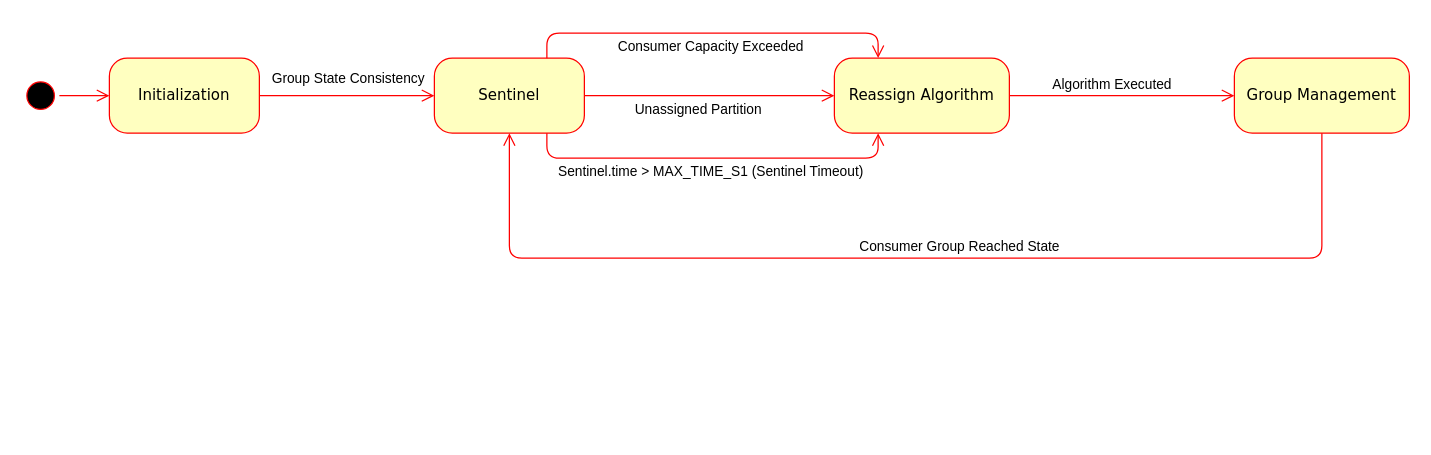
landaudiogo/thesis_data keeps this draw.io diagram as Architecture Diagram/state_machine.drawio. Above is the earlier version. Source tidied: cells renumbered, new cells numbered last; positions are measured from the earlier drawing's top-left corner, leaving out a move shared by most shapes. Both pictures are drawn from the tidied source at 125%, with x=0, y=0 at pixel (21, 32).
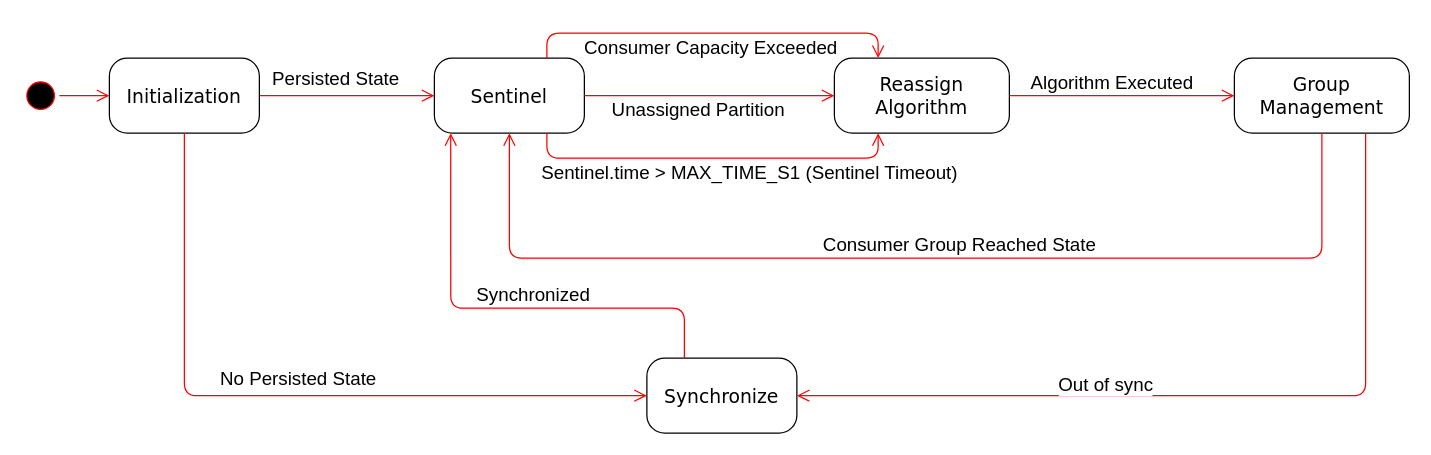
The same diagram, later.

The change refers to these unchanged cells:
```xml
<mxCell id="4" style="edgeStyle=orthogonalEdgeStyle;html=1;labelBackgroundColor=none;endArrow=open;endSize=8;strokeColor=#ff0000;fontFamily=Verdana;fontSize=12;align=left;exitX=1;exitY=0.5;exitDx=0;exitDy=0;" parent="1" edge="1" source="18" target="3">
  <mxGeometry relative="1" as="geometry" />
</mxCell>
<mxCell id="8" style="edgeStyle=orthogonalEdgeStyle;html=1;labelBackgroundColor=none;endArrow=open;endSize=8;strokeColor=#ff0000;fontFamily=Verdana;fontSize=12;align=left;exitX=1;exitY=0.5;exitDx=0;exitDy=0;entryX=0;entryY=0.5;entryDx=0;entryDy=0;" parent="1" edge="1" source="3" target="6">
  <mxGeometry relative="1" as="geometry" />
</mxCell>
<mxCell id="10" style="edgeStyle=orthogonalEdgeStyle;html=1;labelBackgroundColor=none;endArrow=open;endSize=8;strokeColor=#ff0000;fontFamily=Verdana;fontSize=12;align=left;exitX=0.75;exitY=1;exitDx=0;exitDy=0;entryX=0.25;entryY=1;entryDx=0;entryDy=0;" parent="1" edge="1" source="3" target="6">
  <mxGeometry relative="1" as="geometry">
    <Array as="points">
      <mxPoint x="420" y="100" />
      <mxPoint x="685" y="100" />
    </Array>
  </mxGeometry>
</mxCell>
<mxCell id="12" style="edgeStyle=orthogonalEdgeStyle;html=1;labelBackgroundColor=none;endArrow=open;endSize=8;strokeColor=#ff0000;fontFamily=Verdana;fontSize=12;align=left;exitX=0.75;exitY=0;exitDx=0;exitDy=0;entryX=0.25;entryY=0;entryDx=0;entryDy=0;" parent="1" edge="1" source="3" target="6">
  <mxGeometry relative="1" as="geometry">
    <Array as="points">
      <mxPoint x="420" />
      <mxPoint x="685" />
    </Array>
  </mxGeometry>
</mxCell>
<mxCell id="14" style="edgeStyle=orthogonalEdgeStyle;html=1;labelBackgroundColor=none;endArrow=open;endSize=8;strokeColor=#ff0000;fontFamily=Verdana;fontSize=12;align=left;exitX=1;exitY=0.5;exitDx=0;exitDy=0;entryX=0;entryY=0.5;entryDx=0;entryDy=0;" parent="1" edge="1" source="6" target="7">
  <mxGeometry relative="1" as="geometry" />
</mxCell>
<mxCell id="16" style="edgeStyle=orthogonalEdgeStyle;html=1;labelBackgroundColor=none;endArrow=open;endSize=8;strokeColor=#ff0000;fontFamily=Verdana;fontSize=12;align=left;exitX=0.5;exitY=1;exitDx=0;exitDy=0;entryX=0.5;entryY=1;entryDx=0;entryDy=0;" parent="1" edge="1" source="7" target="3">
  <mxGeometry relative="1" as="geometry">
    <Array as="points">
      <mxPoint x="1040" y="180" />
      <mxPoint x="390" y="180" />
    </Array>
  </mxGeometry>
</mxCell>
```

Change to the diagram source:
```diff
@@
-    <mxCell id="3" value="Sentinel" style="rounded=1;whiteSpace=wrap;html=1;arcSize=24;fillColor=#ffffc0;strokeColor=#ff0000;shadow=0;comic=0;labelBackgroundColor=none;fontFamily=Verdana;fontSize=12;fontColor=#000000;align=center;" parent="1" vertex="1">
+    <mxCell id="3" value="Sentinel" style="rounded=1;whiteSpace=wrap;html=1;arcSize=24;shadow=0;comic=0;labelBackgroundColor=none;fontFamily=Verdana;fontSize=15;align=center;fillColor=#FFFFFF;" parent="1" vertex="1">
       <mxGeometry x="330" y="20" width="120" height="60" as="geometry" />
     </mxCell>
@@
-    <mxCell id="5" value="Group State Consistency" style="edgeLabel;html=1;align=center;verticalAlign=middle;" parent="4" vertex="1">
+    <mxCell id="5" value="Persisted State" style="edgeLabel;html=1;align=center;verticalAlign=middle;fontSize=15;" parent="4" vertex="1">
       <mxGeometry x="-0.15" relative="1" as="geometry">
-        <mxPoint x="10" y="-15" as="offset" />
+        <mxPoint y="-15" as="offset" />
       </mxGeometry>
     </mxCell>
-    <mxCell id="6" value="Reassign Algorithm" style="rounded=1;whiteSpace=wrap;html=1;arcSize=24;fillColor=#ffffc0;strokeColor=#ff0000;shadow=0;comic=0;labelBackgroundColor=none;fontFamily=Verdana;fontSize=12;fontColor=#000000;align=center;" parent="1" vertex="1">
+    <mxCell id="6" value="Reassign Algorithm" style="rounded=1;whiteSpace=wrap;html=1;arcSize=24;shadow=0;comic=0;labelBackgroundColor=none;fontFamily=Verdana;fontSize=15;align=center;fillColor=#FFFFFF;" parent="1" vertex="1">
       <mxGeometry x="650" y="20" width="140" height="60" as="geometry" />
     </mxCell>
-    <mxCell id="7" value="Group Management" style="rounded=1;whiteSpace=wrap;html=1;arcSize=24;fillColor=#ffffc0;strokeColor=#ff0000;shadow=0;comic=0;labelBackgroundColor=none;fontFamily=Verdana;fontSize=12;fontColor=#000000;align=center;" parent="1" vertex="1">
+    <mxCell id="7" value="Group Management" style="rounded=1;whiteSpace=wrap;html=1;arcSize=24;shadow=0;comic=0;labelBackgroundColor=none;fontFamily=Verdana;fontSize=15;align=center;fillColor=#FFFFFF;" parent="1" vertex="1">
       <mxGeometry x="970" y="20" width="140" height="60" as="geometry" />
     </mxCell>
@@
-    <mxCell id="9" value="Unassigned Partition" style="edgeLabel;html=1;align=center;verticalAlign=middle;" parent="8" vertex="1">
+    <mxCell id="9" value="Unassigned Partition" style="edgeLabel;html=1;align=center;verticalAlign=middle;fontSize=15;" parent="8" vertex="1">
       <mxGeometry x="-0.13" y="1" relative="1" as="geometry">
         <mxPoint x="3" y="11" as="offset" />
       </mxGeometry>
     </mxCell>
@@
-    <mxCell id="11" value="Sentinel.time &amp;gt; MAX_TIME_S1 (Sentinel Timeout)" style="edgeLabel;html=1;align=center;verticalAlign=middle;" parent="10" vertex="1">
+    <mxCell id="11" value="Sentinel.time &amp;gt; MAX_TIME_S1 (Sentinel Timeout)" style="edgeLabel;html=1;align=center;verticalAlign=middle;fontSize=15;" parent="10" vertex="1">
       <mxGeometry x="-0.13" y="1" relative="1" as="geometry">
-        <mxPoint x="17" y="11" as="offset" />
+        <mxPoint x="48" y="11" as="offset" />
       </mxGeometry>
     </mxCell>
@@
-    <mxCell id="13" value="Consumer Capacity Exceeded" style="edgeLabel;html=1;align=center;verticalAlign=middle;" parent="12" vertex="1">
+    <mxCell id="13" value="Consumer Capacity Exceeded" style="edgeLabel;html=1;align=center;verticalAlign=middle;fontSize=15;" parent="12" vertex="1">
       <mxGeometry x="-0.13" y="1" relative="1" as="geometry">
         <mxPoint x="17" y="11" as="offset" />
       </mxGeometry>
     </mxCell>
@@
-    <mxCell id="15" value="Algorithm Executed" style="edgeLabel;html=1;align=center;verticalAlign=middle;" parent="14" vertex="1">
+    <mxCell id="15" value="Algorithm Executed" style="edgeLabel;html=1;align=center;verticalAlign=middle;fontSize=15;" parent="14" vertex="1">
       <mxGeometry x="-0.13" y="1" relative="1" as="geometry">
-        <mxPoint x="3" y="-9" as="offset" />
+        <mxPoint x="3" y="-11" as="offset" />
       </mxGeometry>
     </mxCell>
@@
-    <mxCell id="17" value="Consumer Group Reached State" style="edgeLabel;html=1;align=center;verticalAlign=middle;" parent="16" vertex="1">
+    <mxCell id="17" value="Consumer Group Reached State" style="edgeLabel;html=1;align=center;verticalAlign=middle;fontSize=15;" parent="16" vertex="1">
       <mxGeometry x="-0.13" y="1" relative="1" as="geometry">
-        <mxPoint x="-21" y="-11" as="offset" />
+        <mxPoint x="-21" y="-13" as="offset" />
       </mxGeometry>
     </mxCell>
-    <mxCell id="18" value="Initialization" style="rounded=1;whiteSpace=wrap;html=1;arcSize=24;fillColor=#ffffc0;strokeColor=#ff0000;shadow=0;comic=0;labelBackgroundColor=none;fontFamily=Verdana;fontSize=12;fontColor=#000000;align=center;" parent="1" vertex="1">
+    <mxCell id="18" value="Initialization" style="rounded=1;whiteSpace=wrap;html=1;arcSize=24;shadow=0;comic=0;labelBackgroundColor=none;fontFamily=Verdana;fontSize=15;align=center;fillColor=#FFFFFF;" parent="1" vertex="1">
       <mxGeometry x="70" y="20" width="120" height="60" as="geometry" />
     </mxCell>
@@
+    <mxCell id="20" value="Synchronize" style="rounded=1;whiteSpace=wrap;html=1;arcSize=24;shadow=0;comic=0;labelBackgroundColor=none;fontFamily=Verdana;fontSize=15;align=center;fillColor=#FFFFFF;" parent="1" vertex="1">
+      <mxGeometry x="500" y="260" width="120" height="60" as="geometry" />
+    </mxCell>
+    <mxCell id="21" style="edgeStyle=orthogonalEdgeStyle;html=1;labelBackgroundColor=none;endArrow=open;endSize=8;strokeColor=#ff0000;fontFamily=Verdana;fontSize=12;align=left;exitX=0.5;exitY=1;exitDx=0;exitDy=0;entryX=0;entryY=0.5;entryDx=0;entryDy=0;" parent="1" edge="1" source="18" target="20">
+      <mxGeometry relative="1" as="geometry" />
+    </mxCell>
+    <mxCell id="22" value="No Persisted State" style="edgeLabel;html=1;align=center;verticalAlign=middle;fontSize=15;" parent="21" vertex="1">
+      <mxGeometry x="-0.15" relative="1" as="geometry">
+        <mxPoint x="53" y="-15" as="offset" />
+      </mxGeometry>
+    </mxCell>
+    <mxCell id="23" style="edgeStyle=orthogonalEdgeStyle;html=1;labelBackgroundColor=none;endArrow=open;endSize=8;strokeColor=#ff0000;fontFamily=Verdana;fontSize=12;align=left;exitX=0.25;exitY=0;exitDx=0;exitDy=0;entryX=0.109;entryY=1;entryDx=0;entryDy=0;entryPerimeter=0;" parent="1" edge="1" source="20" target="3">
+      <mxGeometry relative="1" as="geometry">
+        <Array as="points">
+          <mxPoint x="530" y="220" />
+          <mxPoint x="343" y="220" />
+        </Array>
+      </mxGeometry>
+    </mxCell>
+    <mxCell id="24" value="Synchronized" style="edgeLabel;html=1;align=center;verticalAlign=middle;fontSize=15;" parent="23" vertex="1">
+      <mxGeometry x="-0.15" relative="1" as="geometry">
+        <mxPoint x="-6" y="-12" as="offset" />
+      </mxGeometry>
+    </mxCell>
+    <mxCell id="25" style="edgeStyle=orthogonalEdgeStyle;html=1;labelBackgroundColor=none;endArrow=open;endSize=8;strokeColor=#ff0000;fontFamily=Verdana;fontSize=12;align=left;exitX=0.75;exitY=1;exitDx=0;exitDy=0;entryX=1;entryY=0.5;entryDx=0;entryDy=0;" parent="1" edge="1" source="7" target="20">
+      <mxGeometry relative="1" as="geometry">
+        <Array as="points">
+          <mxPoint x="1075" y="290" />
+        </Array>
+      </mxGeometry>
+    </mxCell>
+    <mxCell id="26" value="Out of sync" style="edgeLabel;html=1;align=center;verticalAlign=middle;fontSize=15;" parent="25" vertex="1">
+      <mxGeometry x="-0.15" relative="1" as="geometry">
+        <mxPoint x="-136" y="-10" as="offset" />
+      </mxGeometry>
+    </mxCell>
```
